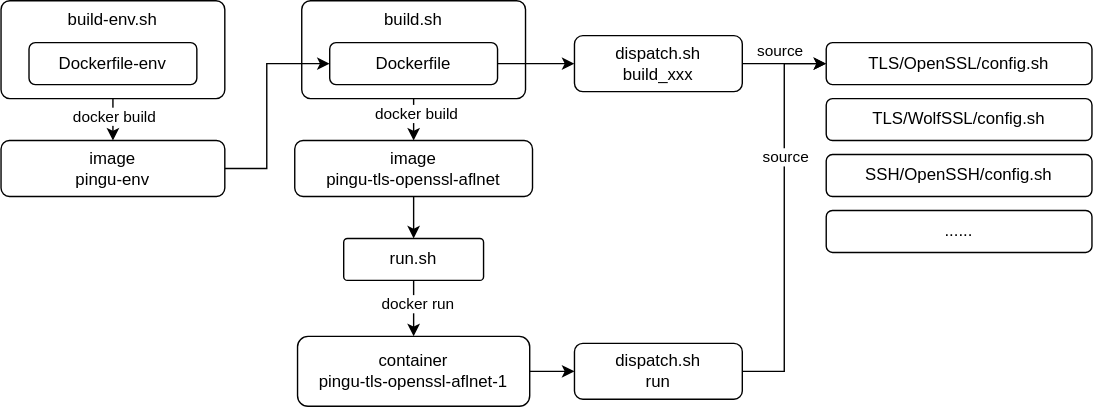
Before: docs/pingubench.drawio.svg, a diagram exported from draw.io (fuzzing-peach/profuzzbench_aflnet). Source tidied: cells renumbered, new cells last; positions are measured from the earlier drawing's top-left corner, leaving out a move shared by most shapes.
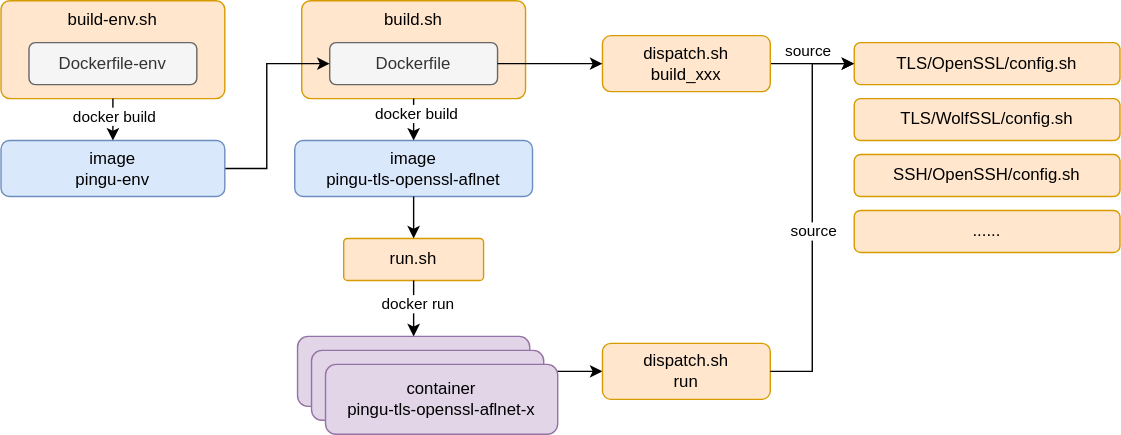
After the change.

Change to the diagram source:
```diff
@@ -2,38 +2,33 @@
   <root>
     <mxCell id="0" />
     <mxCell id="1" parent="0" />
-    <mxCell id="2" style="edgeStyle=orthogonalEdgeStyle;rounded=0;jettySize=auto;html=1;" parent="1" edge="1" source="4" target="6">
-      <mxGeometry relative="1" as="geometry">
-        <Array as="points">
-          <mxPoint x="590" y="50" />
-          <mxPoint x="590" y="50" />
-        </Array>
-      </mxGeometry>
+    <mxCell id="2" style="rounded=0;jettySize=auto;html=1;entryX=0;entryY=0.5;entryDx=0;entryDy=0;exitX=1;exitY=0.5;exitDx=0;exitDy=0;" parent="1" edge="1" source="4" target="6">
+      <mxGeometry relative="1" as="geometry" />
     </mxCell>
     <mxCell id="3" value="source" style="edgeLabel;html=1;align=center;verticalAlign=middle;" parent="2" vertex="1">
       <mxGeometry x="-0.14" relative="1" as="geometry">
         <mxPoint y="-10" as="offset" />
       </mxGeometry>
     </mxCell>
-    <mxCell id="4" value="dispatch.sh&lt;div&gt;build_xxx&lt;/div&gt;" style="rounded=1;whiteSpace=wrap;html=1;" parent="1" vertex="1">
-      <mxGeometry x="410" y="25" width="120" height="40" as="geometry" />
+    <mxCell id="4" value="dispatch.sh&lt;div&gt;build_xxx&lt;/div&gt;" style="rounded=1;whiteSpace=wrap;html=1;fillColor=#ffe6cc;strokeColor=#d79b00;" parent="1" vertex="1">
+      <mxGeometry x="430" y="25" width="120" height="40" as="geometry" />
     </mxCell>
-    <mxCell id="5" value="build-env.sh" style="rounded=1;whiteSpace=wrap;html=1;verticalAlign=top;arcSize=9;" parent="1" vertex="1">
+    <mxCell id="5" value="build-env.sh" style="rounded=1;whiteSpace=wrap;html=1;verticalAlign=top;arcSize=9;fillColor=#ffe6cc;strokeColor=#d79b00;" parent="1" vertex="1">
       <mxGeometry width="160" height="70" as="geometry" />
     </mxCell>
-    <mxCell id="6" value="TLS/OpenSSL/config.sh" style="rounded=1;whiteSpace=wrap;html=1;" parent="1" vertex="1">
-      <mxGeometry x="590" y="30" width="190" height="30" as="geometry" />
+    <mxCell id="6" value="TLS/OpenSSL/config.sh" style="rounded=1;whiteSpace=wrap;html=1;fillColor=#ffe6cc;strokeColor=#d79b00;" parent="1" vertex="1">
+      <mxGeometry x="610" y="30" width="190" height="30" as="geometry" />
     </mxCell>
-    <mxCell id="7" value="Dockerfile-env" style="rounded=1;whiteSpace=wrap;html=1;" parent="1" vertex="1">
+    <mxCell id="7" value="Dockerfile-env" style="rounded=1;whiteSpace=wrap;html=1;fillColor=#f5f5f5;strokeColor=#666666;fontColor=#333333;" parent="1" vertex="1">
       <mxGeometry x="20" y="30" width="120" height="30" as="geometry" />
     </mxCell>
-    <mxCell id="8" value="build.sh" style="rounded=1;whiteSpace=wrap;html=1;verticalAlign=top;arcSize=9;" parent="1" vertex="1">
+    <mxCell id="8" value="build.sh" style="rounded=1;whiteSpace=wrap;html=1;verticalAlign=top;arcSize=9;fillColor=#ffe6cc;strokeColor=#d79b00;" parent="1" vertex="1">
       <mxGeometry x="215" width="160" height="70" as="geometry" />
     </mxCell>
-    <mxCell id="9" value="Dockerfile" style="rounded=1;whiteSpace=wrap;html=1;" parent="1" vertex="1">
+    <mxCell id="9" value="Dockerfile" style="rounded=1;whiteSpace=wrap;html=1;fillColor=#f5f5f5;fontColor=#333333;strokeColor=#666666;" parent="1" vertex="1">
       <mxGeometry x="235" y="30" width="120" height="30" as="geometry" />
     </mxCell>
-    <mxCell id="10" value="run.sh" style="rounded=1;whiteSpace=wrap;html=1;verticalAlign=middle;arcSize=9;" parent="1" vertex="1">
+    <mxCell id="10" value="run.sh" style="rounded=1;whiteSpace=wrap;html=1;verticalAlign=middle;arcSize=9;fillColor=#ffe6cc;strokeColor=#d79b00;" parent="1" vertex="1">
       <mxGeometry x="245" y="170" width="100" height="30" as="geometry" />
     </mxCell>
     <mxCell id="11" style="edgeStyle=orthogonalEdgeStyle;rounded=0;jettySize=auto;html=1;entryX=0;entryY=0.5;entryDx=0;entryDy=0;" parent="1" edge="1" source="12" target="9">
@@ -44,10 +39,10 @@
         </Array>
       </mxGeometry>
     </mxCell>
-    <mxCell id="12" value="image&lt;div&gt;pingu-env&lt;/div&gt;" style="rounded=1;whiteSpace=wrap;html=1;" parent="1" vertex="1">
+    <mxCell id="12" value="image&lt;div&gt;pingu-env&lt;/div&gt;" style="rounded=1;whiteSpace=wrap;html=1;fillColor=#dae8fc;strokeColor=#6c8ebf;" parent="1" vertex="1">
       <mxGeometry y="100" width="160" height="40" as="geometry" />
     </mxCell>
-    <mxCell id="13" value="image&lt;div&gt;pingu-tls-openssl-aflnet&lt;/div&gt;" style="rounded=1;whiteSpace=wrap;html=1;" parent="1" vertex="1">
+    <mxCell id="13" value="image&lt;div&gt;pingu-tls-openssl-aflnet&lt;/div&gt;" style="rounded=1;whiteSpace=wrap;html=1;fillColor=#dae8fc;strokeColor=#6c8ebf;" parent="1" vertex="1">
       <mxGeometry x="210" y="100" width="170" height="40" as="geometry" />
     </mxCell>
     <mxCell id="14" style="endArrow=classic;html=1;rounded=0;exitX=0.5;exitY=1;exitDx=0;exitDy=0;entryX=0.5;entryY=0;entryDx=0;entryDy=0;" parent="1" edge="1" source="5" target="12">
@@ -71,7 +66,7 @@
     <mxCell id="20" style="edgeStyle=orthogonalEdgeStyle;rounded=0;jettySize=auto;html=1;entryX=0;entryY=0.5;entryDx=0;entryDy=0;" parent="1" edge="1" source="21" target="29">
       <mxGeometry relative="1" as="geometry" />
     </mxCell>
-    <mxCell id="21" value="container&lt;div&gt;pingu-tls-openssl-aflnet-1&lt;/div&gt;" style="rounded=1;whiteSpace=wrap;html=1;" parent="1" vertex="1">
+    <mxCell id="21" value="container&lt;div&gt;pingu-tls-openssl-aflnet-1&lt;/div&gt;" style="rounded=1;whiteSpace=wrap;html=1;fillColor=#e1d5e7;strokeColor=#9673a6;" parent="1" vertex="1">
       <mxGeometry x="212" y="240" width="166" height="50" as="geometry" />
     </mxCell>
     <mxCell id="22" style="endArrow=classic;html=1;rounded=0;exitX=0.5;exitY=1;exitDx=0;exitDy=0;entryX=0.5;entryY=0;entryDx=0;entryDy=0;" parent="1" edge="1" source="10" target="21">
@@ -80,28 +75,31 @@
     <mxCell id="23" value="docker run" style="edgeLabel;html=1;align=center;verticalAlign=middle;" parent="22" vertex="1">
       <mxGeometry x="-0.18" y="2" relative="1" as="geometry" />
     </mxCell>
-    <mxCell id="24" value="TLS/WolfSSL/config.sh" style="rounded=1;whiteSpace=wrap;html=1;" parent="1" vertex="1">
-      <mxGeometry x="590" y="70" width="190" height="30" as="geometry" />
+    <mxCell id="24" value="TLS/WolfSSL/config.sh" style="rounded=1;whiteSpace=wrap;html=1;fillColor=#ffe6cc;strokeColor=#d79b00;" parent="1" vertex="1">
+      <mxGeometry x="610" y="70" width="190" height="30" as="geometry" />
     </mxCell>
-    <mxCell id="25" value="SSH/OpenSSH/config.sh" style="rounded=1;whiteSpace=wrap;html=1;" parent="1" vertex="1">
-      <mxGeometry x="590" y="110" width="190" height="30" as="geometry" />
+    <mxCell id="25" value="SSH/OpenSSH/config.sh" style="rounded=1;whiteSpace=wrap;html=1;fillColor=#ffe6cc;strokeColor=#d79b00;" parent="1" vertex="1">
+      <mxGeometry x="610" y="110" width="190" height="30" as="geometry" />
     </mxCell>
-    <mxCell id="26" value="......" style="rounded=1;whiteSpace=wrap;html=1;" parent="1" vertex="1">
-      <mxGeometry x="590" y="150" width="190" height="30" as="geometry" />
+    <mxCell id="26" value="......" style="rounded=1;whiteSpace=wrap;html=1;fillColor=#ffe6cc;strokeColor=#d79b00;" parent="1" vertex="1">
+      <mxGeometry x="610" y="150" width="190" height="30" as="geometry" />
     </mxCell>
+    <mxCell id="29" value="dispatch.sh&lt;div&gt;run&lt;/div&gt;" style="rounded=1;whiteSpace=wrap;html=1;fillColor=#ffe6cc;strokeColor=#d79b00;" parent="1" vertex="1">
+      <mxGeometry x="430" y="245" width="120" height="40" as="geometry" />
+    </mxCell>
+    <mxCell id="30" value="container&lt;div&gt;pingu-tls-openssl-aflnet-1&lt;/div&gt;" style="rounded=1;whiteSpace=wrap;html=1;fillColor=#e1d5e7;strokeColor=#9673a6;" parent="1" vertex="1">
+      <mxGeometry x="222" y="250" width="166" height="50" as="geometry" />
+    </mxCell>
+    <mxCell id="31" value="container&lt;div&gt;pingu-tls-openssl-aflnet-x&lt;/div&gt;" style="rounded=1;whiteSpace=wrap;html=1;fillColor=#e1d5e7;strokeColor=#9673a6;" parent="1" vertex="1">
+      <mxGeometry x="232" y="260" width="166" height="50" as="geometry" />
+    </mxCell>
-    <mxCell id="27" style="edgeStyle=orthogonalEdgeStyle;rounded=0;jettySize=auto;html=1;entryX=0;entryY=0.5;entryDx=0;entryDy=0;" parent="1" edge="1" source="29" target="6">
-      <mxGeometry relative="1" as="geometry">
-        <Array as="points">
-          <mxPoint x="560" y="265" />
-          <mxPoint x="560" y="45" />
-        </Array>
-      </mxGeometry>
+    <mxCell id="27" style="rounded=0;jettySize=auto;html=1;entryX=0;entryY=0.5;entryDx=0;entryDy=0;exitX=1;exitY=0.5;exitDx=0;exitDy=0;edgeStyle=orthogonalEdgeStyle;" parent="1" edge="1" source="29" target="6">
+      <mxGeometry relative="1" as="geometry" />
     </mxCell>
     <mxCell id="28" value="source" style="edgeLabel;html=1;align=center;verticalAlign=middle;" parent="27" vertex="1">
-      <mxGeometry x="0.31" relative="1" as="geometry" />
+      <mxGeometry x="-0.14" relative="1" as="geometry">
+        <mxPoint y="-10" as="offset" />
+      </mxGeometry>
     </mxCell>
-    <mxCell id="29" value="dispatch.sh&lt;div&gt;run&lt;/div&gt;" style="rounded=1;whiteSpace=wrap;html=1;" parent="1" vertex="1">
-      <mxGeometry x="410" y="245" width="120" height="40" as="geometry" />
-    </mxCell>
   </root>
 </mxGraphModel>
```
